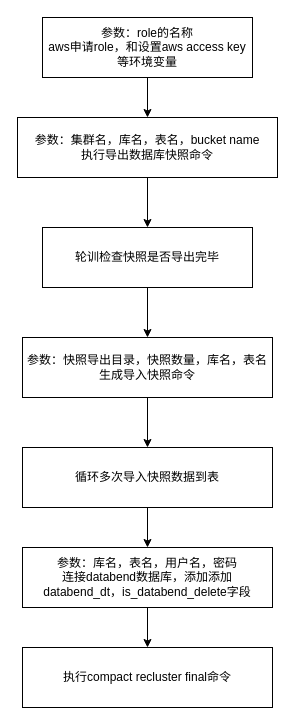
This is doc/aws跨站导出流程图.drawio from jackjoesh/databend, a draw.io file, before an edit. Source tidied: cells renumbered, new cells numbered last; positions are measured from the earlier drawing's top-left corner, leaving out a move shared by most shapes. Both pictures are drawn from the tidied source at 100%, with x=0, y=0 at pixel (17, 17).
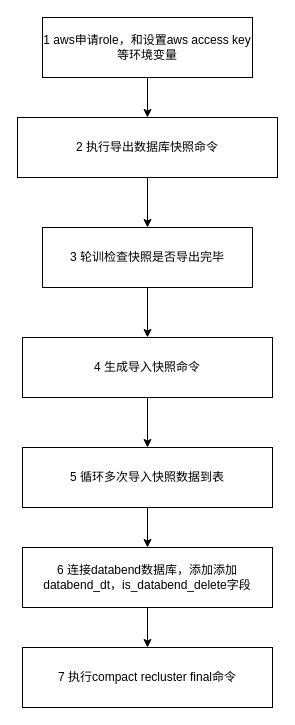
After the change.

Commit message:
更新aws跨站导出流程图.drawio

What changed in the source:
```diff
@@
 <mxGraphModel>
   <root>
     <mxCell id="0" />
     <mxCell id="1" parent="0" />
     <mxCell id="2" style="edgeStyle=orthogonalEdgeStyle;rounded=0;jettySize=auto;html=1;exitX=0.5;exitY=1;exitDx=0;exitDy=0;entryX=0.5;entryY=0;entryDx=0;entryDy=0;" parent="1" edge="1" source="3" target="5">
       <mxGeometry relative="1" as="geometry" />
     </mxCell>
-    <mxCell id="3" value="参数：role的名称&lt;br&gt;aws申请role，和设置aws access key等环境变量" style="rounded=0;whiteSpace=wrap;html=1;" parent="1" vertex="1">
+    <mxCell id="3" value="1 aws申请role，和设置aws access key等环境变量" style="rounded=0;whiteSpace=wrap;html=1;" parent="1" vertex="1">
       <mxGeometry x="25" width="210" height="60" as="geometry" />
     </mxCell>
     <mxCell id="4" style="edgeStyle=orthogonalEdgeStyle;rounded=0;jettySize=auto;html=1;exitX=0.5;exitY=1;exitDx=0;exitDy=0;entryX=0.5;entryY=0;entryDx=0;entryDy=0;" parent="1" edge="1" source="5" target="7">
       <mxGeometry relative="1" as="geometry" />
     </mxCell>
-    <mxCell id="5" value="参数：集群名，库名，表名，bucket name&lt;br&gt;执行导出数据库快照命令" style="rounded=0;whiteSpace=wrap;html=1;" parent="1" vertex="1">
+    <mxCell id="5" value="2 执行导出数据库快照命令" style="rounded=0;whiteSpace=wrap;html=1;" parent="1" vertex="1">
       <mxGeometry y="100" width="260" height="60" as="geometry" />
     </mxCell>
     <mxCell id="6" style="edgeStyle=orthogonalEdgeStyle;rounded=0;jettySize=auto;html=1;exitX=0.5;exitY=1;exitDx=0;exitDy=0;" parent="1" edge="1" source="7" target="9">
       <mxGeometry relative="1" as="geometry" />
     </mxCell>
-    <mxCell id="7" value="轮训检查快照是否导出完毕" style="rounded=0;whiteSpace=wrap;html=1;" parent="1" vertex="1">
+    <mxCell id="7" value="3 轮训检查快照是否导出完毕" style="rounded=0;whiteSpace=wrap;html=1;" parent="1" vertex="1">
       <mxGeometry x="25" y="210" width="210" height="60" as="geometry" />
     </mxCell>
     <mxCell id="8" style="edgeStyle=orthogonalEdgeStyle;rounded=0;jettySize=auto;html=1;exitX=0.5;exitY=1;exitDx=0;exitDy=0;entryX=0.5;entryY=0;entryDx=0;entryDy=0;" parent="1" edge="1" source="9" target="11">
       <mxGeometry relative="1" as="geometry" />
     </mxCell>
-    <mxCell id="9" value="参数：快照导出目录，快照数量，库名，表名&lt;br&gt;生成导入快照命令" style="rounded=0;whiteSpace=wrap;html=1;" parent="1" vertex="1">
+    <mxCell id="9" value="4 生成导入快照命令" style="rounded=0;whiteSpace=wrap;html=1;" parent="1" vertex="1">
       <mxGeometry x="5" y="320" width="250" height="60" as="geometry" />
     </mxCell>
     <mxCell id="10" style="edgeStyle=orthogonalEdgeStyle;rounded=0;jettySize=auto;html=1;exitX=0.5;exitY=1;exitDx=0;exitDy=0;entryX=0.5;entryY=0;entryDx=0;entryDy=0;" parent="1" edge="1" source="11" target="13">
       <mxGeometry relative="1" as="geometry" />
     </mxCell>
-    <mxCell id="11" value="循环多次导入快照数据到表" style="rounded=0;whiteSpace=wrap;html=1;" parent="1" vertex="1">
+    <mxCell id="11" value="5 循环多次导入快照数据到表" style="rounded=0;whiteSpace=wrap;html=1;" parent="1" vertex="1">
       <mxGeometry x="5" y="430" width="250" height="60" as="geometry" />
     </mxCell>
     <mxCell id="12" style="edgeStyle=orthogonalEdgeStyle;rounded=0;jettySize=auto;html=1;exitX=0.5;exitY=1;exitDx=0;exitDy=0;" parent="1" edge="1" source="13" target="14">
       <mxGeometry relative="1" as="geometry" />
     </mxCell>
-    <mxCell id="13" value="参数：库名，表名，用户名，密码&lt;div&gt;连接databend数据库，添加添加databend_dt，is_databend_delete字段&lt;/div&gt;" style="rounded=0;whiteSpace=wrap;html=1;" parent="1" vertex="1">
+    <mxCell id="13" value="&lt;div&gt;6 连接databend数据库，添加添加databend_dt，is_databend_delete字段&lt;/div&gt;" style="rounded=0;whiteSpace=wrap;html=1;" parent="1" vertex="1">
       <mxGeometry x="5" y="530" width="250" height="60" as="geometry" />
     </mxCell>
-    <mxCell id="14" value="执行compact recluster final命令" style="rounded=0;whiteSpace=wrap;html=1;" parent="1" vertex="1">
+    <mxCell id="14" value="7 执行compact recluster final命令" style="rounded=0;whiteSpace=wrap;html=1;" parent="1" vertex="1">
       <mxGeometry x="5" y="630" width="250" height="60" as="geometry" />
     </mxCell>
   </root>
 </mxGraphModel>
```
